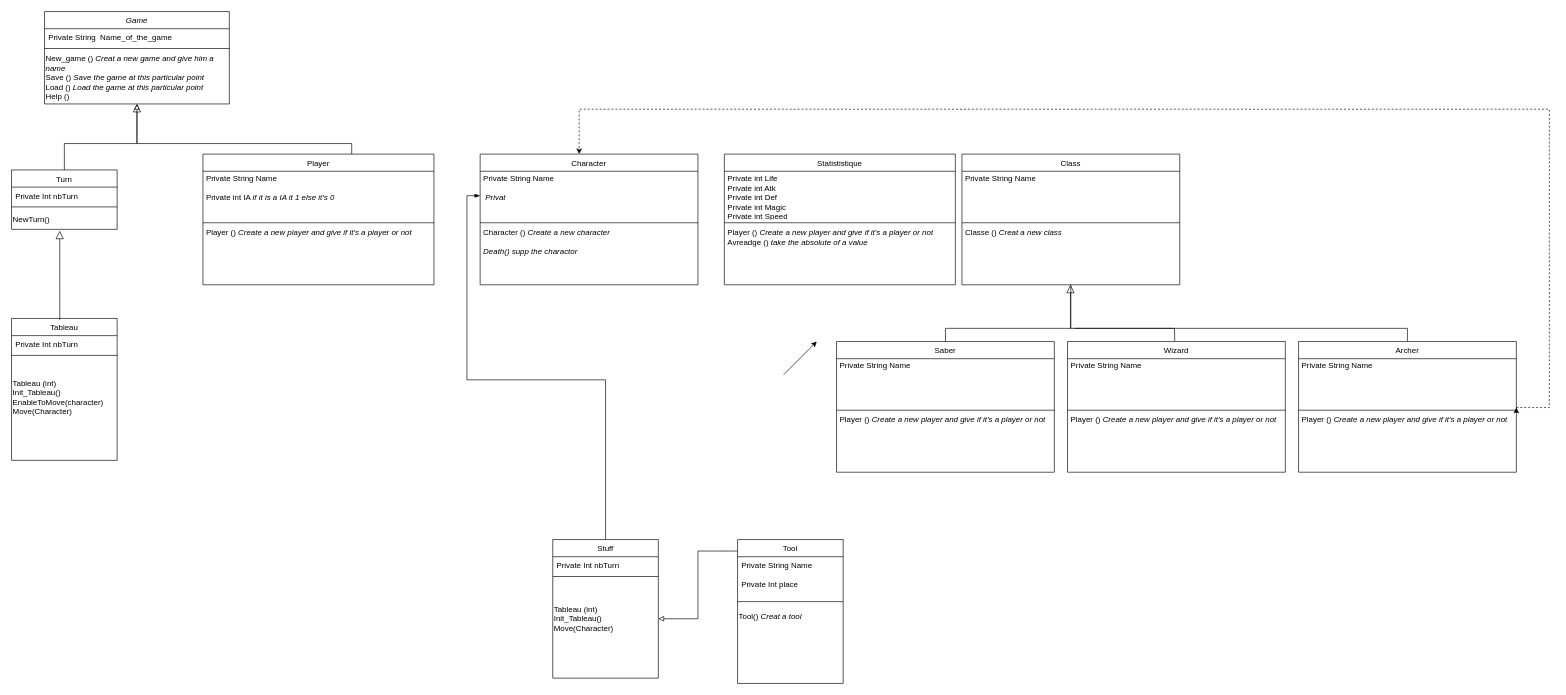
The draw.io diagram Software/Puzzel_part/Diagramme sans nom.drawio in Robaur/FE_like_V2, before the edit. Source tidied: cells renumbered, new cells numbered last; positions are measured from the earlier drawing's top-left corner, leaving out a move shared by most shapes. Both pictures are drawn from the tidied source at 66%, with x=0, y=0 at pixel (11, 11).
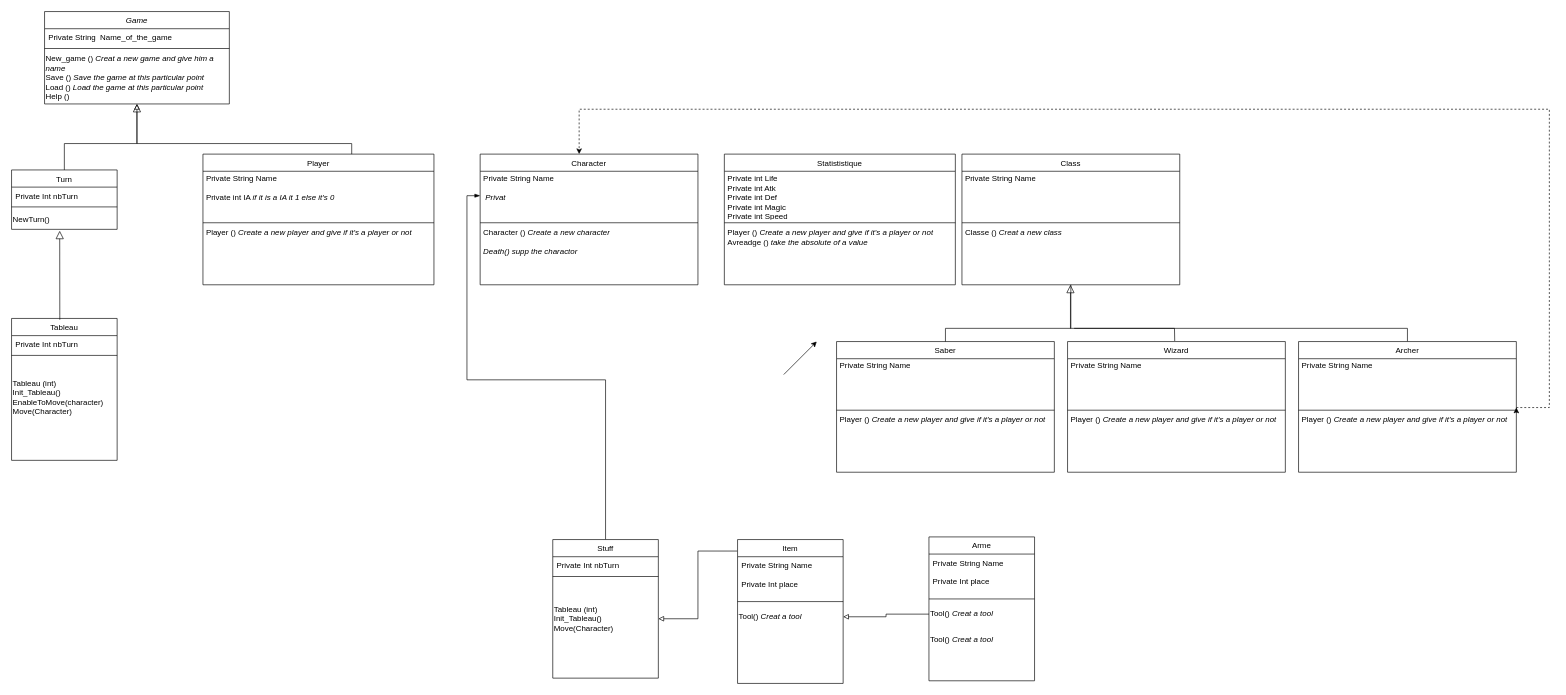
The same diagram, later.

Commit message:
Mise a jours

Unchanged cells that the change refers to:
```xml
<mxCell id="58" value="&lt;div&gt;Tool() &lt;i&gt;Creat a tool&lt;/i&gt;&lt;/div&gt;" style="text;strokeColor=none;align=left;fillColor=none;html=1;verticalAlign=middle;whiteSpace=wrap;rounded=0;" parent="55" vertex="1">
  <mxGeometry y="98" width="160" height="38" as="geometry" />
</mxCell>
```

Diff of the diagram source:
```diff
@@
-    <mxCell id="55" value="Tool&#10;" style="swimlane;fontStyle=0;align=center;verticalAlign=top;horizontal=1;startSize=26;rounded=0;shadow=0;strokeWidth=1;" parent="1" vertex="1">
+    <mxCell id="55" value="Item" style="swimlane;fontStyle=0;align=center;verticalAlign=top;horizontal=1;startSize=26;rounded=0;shadow=0;strokeWidth=1;" parent="1" vertex="1">
       <mxGeometry x="1100" y="800" width="160" height="218" as="geometry" />
     </mxCell>
@@
+    <mxCell id="61" value="Arme" style="swimlane;fontStyle=0;align=center;verticalAlign=top;horizontal=1;startSize=26;rounded=0;shadow=0;strokeWidth=1;" parent="1" vertex="1">
+      <mxGeometry x="1390" y="796" width="160" height="218" as="geometry" />
+    </mxCell>
+    <mxCell id="62" value="Private String Name&#10;&#10;Private Int place&#10;" style="text;align=left;verticalAlign=top;spacingLeft=4;spacingRight=4;overflow=hidden;" parent="61" vertex="1">
+      <mxGeometry y="26" width="160" height="64" as="geometry" />
+    </mxCell>
+    <mxCell id="63" style="line;html=1;strokeWidth=1;align=left;verticalAlign=middle;spacingTop=-1;spacingLeft=3;spacingRight=3;labelPosition=right;" parent="61" vertex="1">
+      <mxGeometry y="90" width="160" height="8" as="geometry" />
+    </mxCell>
+    <mxCell id="64" value="&lt;div&gt;Tool() &lt;i&gt;Creat a tool&lt;/i&gt;&lt;/div&gt;" style="text;strokeColor=none;align=left;fillColor=none;html=1;verticalAlign=middle;whiteSpace=wrap;rounded=0;" parent="61" vertex="1">
+      <mxGeometry y="98" width="160" height="38" as="geometry" />
+    </mxCell>
+    <mxCell id="65" value="&lt;div&gt;Tool() &lt;i&gt;Creat a tool&lt;/i&gt;&lt;/div&gt;" style="text;strokeColor=none;align=left;fillColor=none;html=1;verticalAlign=middle;whiteSpace=wrap;rounded=0;" parent="61" vertex="1">
+      <mxGeometry y="136" width="160" height="38" as="geometry" />
+    </mxCell>
+    <mxCell id="66" style="edgeStyle=orthogonalEdgeStyle;rounded=0;jettySize=auto;html=1;entryX=1;entryY=0.5;entryDx=0;entryDy=0;endArrow=block;endFill=0;" parent="1" edge="1" source="64" target="58">
+      <mxGeometry relative="1" as="geometry" />
+    </mxCell>
```
